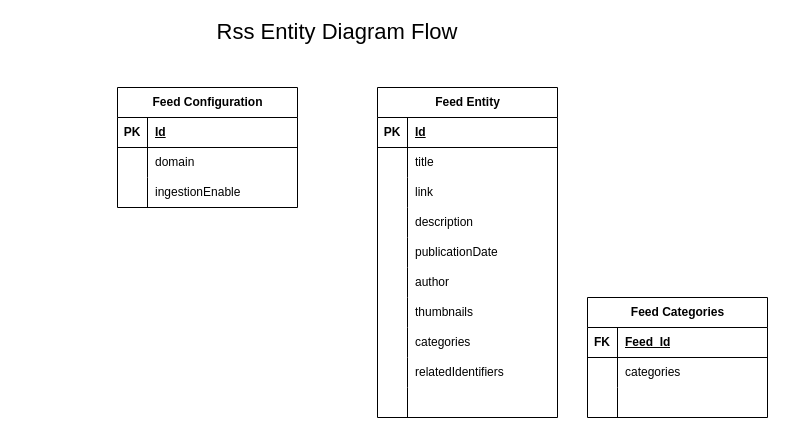
Earlier version of the draw.io diagram page "Entity-Diagram" (2 of 2) of design/rss-tracker-service-draft-design-flow.drawio (hhovhann/rss-tracker-service). Source tidied: cells renumbered, new cells numbered last; positions are measured from the earlier drawing's top-left corner, leaving out a move shared by most shapes. Both pictures are drawn from the tidied source at 100%, with x=0, y=0 at pixel (117, 17).
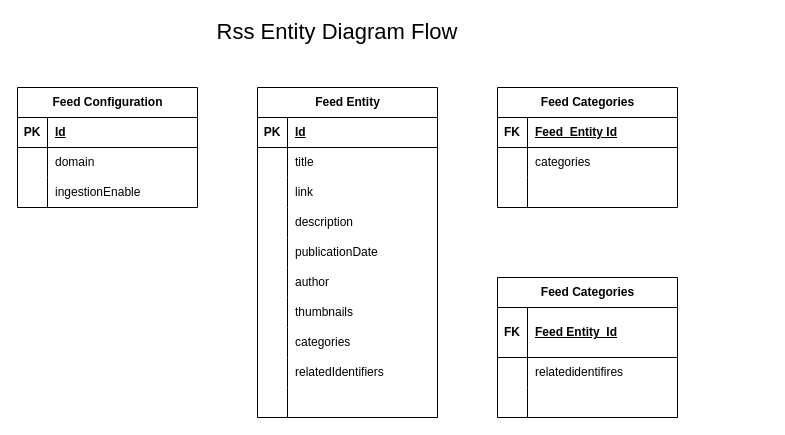
The same page after the edit.

Unchanged cells that the change refers to:
```xml
<mxCell id="45" style="shape=tableRow;horizontal=0;startSize=0;swimlaneHead=0;swimlaneBody=0;fillColor=none;top=0;left=0;right=0;bottom=1;" parent="44" vertex="1">
  <mxGeometry y="30" width="180" height="30" as="geometry" />
</mxCell>
```

The edit, as a diff of the source:
```diff
@@
     <mxCell id="2" value="Feed Configuration&lt;br&gt;" style="shape=table;startSize=30;childLayout=tableLayout;rowLines=0;fontStyle=1;align=center;html=1;" parent="1" vertex="1">
-      <mxGeometry y="70" width="180" height="120" as="geometry" />
+      <mxGeometry x="-100" y="70" width="180" height="120" as="geometry" />
     </mxCell>
@@
     <mxCell id="12" value="Feed Entity" style="shape=table;startSize=30;childLayout=tableLayout;rowLines=0;fontStyle=1;align=center;html=1;" parent="1" vertex="1">
-      <mxGeometry x="260" y="70" width="180" height="330" as="geometry" />
+      <mxGeometry x="140" y="70" width="180" height="330" as="geometry" />
     </mxCell>
@@
     <mxCell id="44" value="Feed Categories" style="shape=table;startSize=30;childLayout=tableLayout;rowLines=0;fontStyle=1;align=center;html=1;" parent="1" vertex="1">
-      <mxGeometry x="470" y="280" width="180" height="120" as="geometry" />
+      <mxGeometry x="380" y="70" width="180" height="120" as="geometry" />
     </mxCell>
@@
-    <mxCell id="47" value="Feed_Id" style="shape=partialRectangle;fillColor=none;top=0;left=0;bottom=0;right=0;align=left;spacingLeft=6;fontStyle=5;overflow=hidden;whiteSpace=wrap;html=1;" parent="45" vertex="1">
+    <mxCell id="47" value="Feed_Entity Id" style="shape=partialRectangle;fillColor=none;top=0;left=0;bottom=0;right=0;align=left;spacingLeft=6;fontStyle=5;overflow=hidden;whiteSpace=wrap;html=1;" parent="45" vertex="1">
       <mxGeometry x="30" width="150" height="30" as="geometry" />
     </mxCell>
@@
+    <mxCell id="54" value="Feed Categories" style="shape=table;startSize=30;childLayout=tableLayout;rowLines=0;fontStyle=1;align=center;html=1;" parent="1" vertex="1">
+      <mxGeometry x="380" y="260" width="180" height="140" as="geometry" />
+    </mxCell>
+    <mxCell id="55" style="shape=tableRow;horizontal=0;startSize=0;swimlaneHead=0;swimlaneBody=0;fillColor=none;top=0;left=0;right=0;bottom=1;" parent="54" vertex="1">
+      <mxGeometry y="30" width="180" height="50" as="geometry" />
+    </mxCell>
+    <mxCell id="56" value="FK" style="shape=partialRectangle;fillColor=none;top=0;left=0;bottom=0;right=0;fontStyle=1;overflow=hidden;whiteSpace=wrap;html=1;" parent="55" vertex="1">
+      <mxGeometry width="30" height="50" as="geometry" />
+    </mxCell>
+    <mxCell id="57" value="Feed Entity_Id" style="shape=partialRectangle;fillColor=none;top=0;left=0;bottom=0;right=0;align=left;spacingLeft=6;fontStyle=5;overflow=hidden;whiteSpace=wrap;html=1;" parent="55" vertex="1">
+      <mxGeometry x="30" width="150" height="50" as="geometry" />
+    </mxCell>
+    <mxCell id="58" style="shape=tableRow;horizontal=0;startSize=0;swimlaneHead=0;swimlaneBody=0;fillColor=none;top=0;left=0;right=0;bottom=0;" parent="54" vertex="1">
+      <mxGeometry y="80" width="180" height="30" as="geometry" />
+    </mxCell>
+    <mxCell id="59" style="shape=partialRectangle;fillColor=none;top=0;left=0;bottom=0;right=0;overflow=hidden;whiteSpace=wrap;html=1;" parent="58" vertex="1">
+      <mxGeometry width="30" height="30" as="geometry" />
+    </mxCell>
+    <mxCell id="60" value="relatedidentifires" style="shape=partialRectangle;fillColor=none;top=0;left=0;bottom=0;right=0;align=left;spacingLeft=6;overflow=hidden;whiteSpace=wrap;html=1;strokeColor=default;" parent="58" vertex="1">
+      <mxGeometry x="30" width="150" height="30" as="geometry" />
+    </mxCell>
+    <mxCell id="61" style="shape=tableRow;horizontal=0;startSize=0;swimlaneHead=0;swimlaneBody=0;fillColor=none;top=0;left=0;right=0;bottom=0;" parent="54" vertex="1">
+      <mxGeometry y="110" width="180" height="30" as="geometry" />
+    </mxCell>
+    <mxCell id="62" style="shape=partialRectangle;fillColor=none;top=0;left=0;bottom=0;right=0;overflow=hidden;whiteSpace=wrap;html=1;" parent="61" vertex="1">
+      <mxGeometry width="30" height="30" as="geometry" />
+    </mxCell>
+    <mxCell id="63" style="shape=partialRectangle;fillColor=none;top=0;left=0;bottom=0;right=0;align=left;spacingLeft=6;overflow=hidden;whiteSpace=wrap;html=1;" parent="61" vertex="1">
+      <mxGeometry x="30" width="150" height="30" as="geometry" />
+    </mxCell>
```
